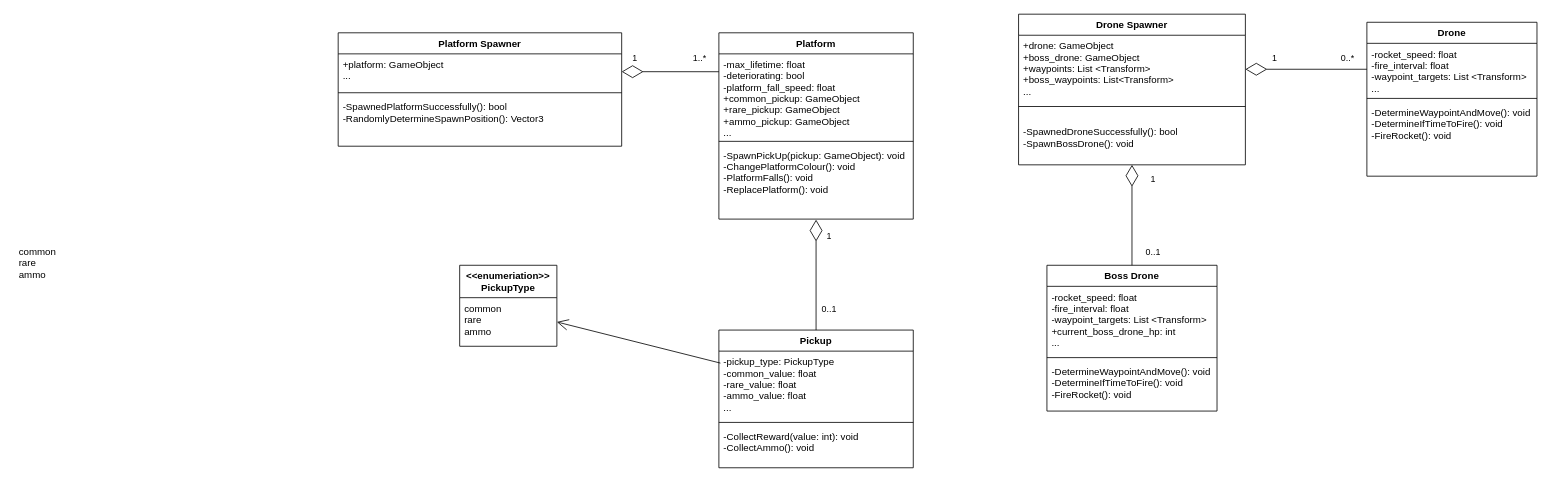
Earlier version of the draw.io diagram Other/class_diagram.drawio (samuelmcdouall/Fight-and-Flight). Source tidied: cells renumbered, new cells numbered last; positions are measured from the earlier drawing's top-left corner, leaving out a move shared by most shapes. Both pictures are drawn from the tidied source at 81%, with x=0, y=0 at pixel (14, 14).
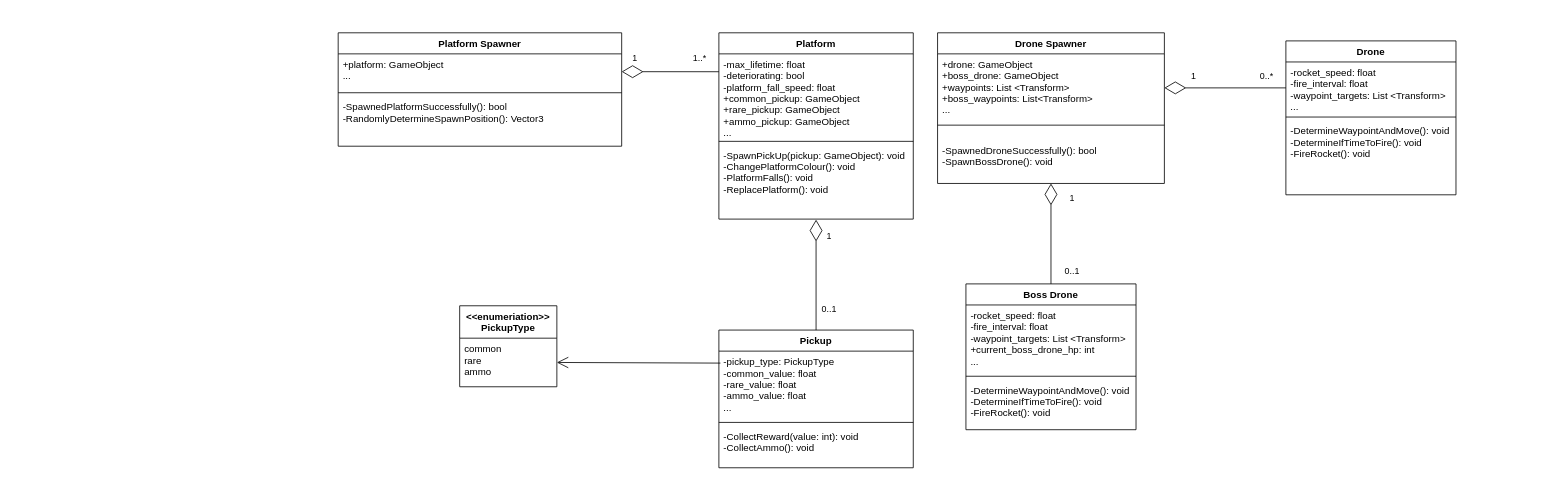
Above is the later version.

Change to the diagram source:
```diff
@@
     <mxCell id="2" value="Drone Spawner" style="swimlane;fontStyle=1;align=center;verticalAlign=top;horizontal=1;startSize=26;" parent="1" vertex="1">
-      <mxGeometry x="1240" width="280" height="186" as="geometry" />
+      <mxGeometry x="1140" y="23" width="280" height="186" as="geometry" />
     </mxCell>
@@
     <mxCell id="6" value="Drone" style="swimlane;fontStyle=1;align=center;verticalAlign=top;horizontal=1;startSize=26;" parent="1" vertex="1">
-      <mxGeometry x="1670" y="10" width="210" height="190" as="geometry" />
+      <mxGeometry x="1570" y="33" width="210" height="190" as="geometry" />
     </mxCell>
@@
     <mxCell id="11" value="0..*" style="edgeLabel;html=1;align=center;verticalAlign=middle;" parent="1" vertex="1">
-      <mxGeometry x="1600" y="50" as="geometry">
+      <mxGeometry x="1500" y="73" as="geometry">
         <mxPoint x="45" y="3" as="offset" />
       </mxGeometry>
     </mxCell>
     <mxCell id="12" value="1" style="edgeLabel;html=1;align=center;verticalAlign=middle;" parent="1" vertex="1">
-      <mxGeometry x="1510" y="50" as="geometry">
+      <mxGeometry x="1410" y="73" as="geometry">
         <mxPoint x="45" y="3" as="offset" />
       </mxGeometry>
     </mxCell>
     <mxCell id="13" value="Boss Drone&#10;" style="swimlane;fontStyle=1;align=center;verticalAlign=top;horizontal=1;startSize=26;" parent="1" vertex="1">
-      <mxGeometry x="1275" y="310" width="210" height="180" as="geometry" />
+      <mxGeometry x="1175" y="333" width="210" height="180" as="geometry" />
     </mxCell>
@@
     <mxCell id="18" value="1" style="edgeLabel;html=1;align=center;verticalAlign=middle;" parent="1" vertex="1">
-      <mxGeometry x="1360" y="200" as="geometry">
+      <mxGeometry x="1260" y="223" as="geometry">
         <mxPoint x="45" y="3" as="offset" />
       </mxGeometry>
     </mxCell>
     <mxCell id="19" value="0..1" style="edgeLabel;html=1;align=center;verticalAlign=middle;" parent="1" vertex="1">
-      <mxGeometry x="1360" y="290" as="geometry">
+      <mxGeometry x="1260" y="313" as="geometry">
         <mxPoint x="45" y="3" as="offset" />
       </mxGeometry>
     </mxCell>
@@
     <mxCell id="33" value="&lt;&lt;enumeriation&gt;&gt;&#10;PickupType" style="swimlane;fontStyle=1;align=center;verticalAlign=top;horizontal=1;startSize=40;" parent="1" vertex="1">
-      <mxGeometry x="550" y="310" width="120" height="100" as="geometry" />
+      <mxGeometry x="550" y="360" width="120" height="100" as="geometry" />
     </mxCell>
@@
-    <mxCell id="41" value="common&#10;rare&#10;ammo" style="text;strokeColor=none;fillColor=none;align=left;verticalAlign=top;spacingLeft=4;spacingRight=4;overflow=hidden;" parent="1" vertex="1">
-      <mxGeometry y="280" width="120" height="60" as="geometry" />
-    </mxCell>
```
